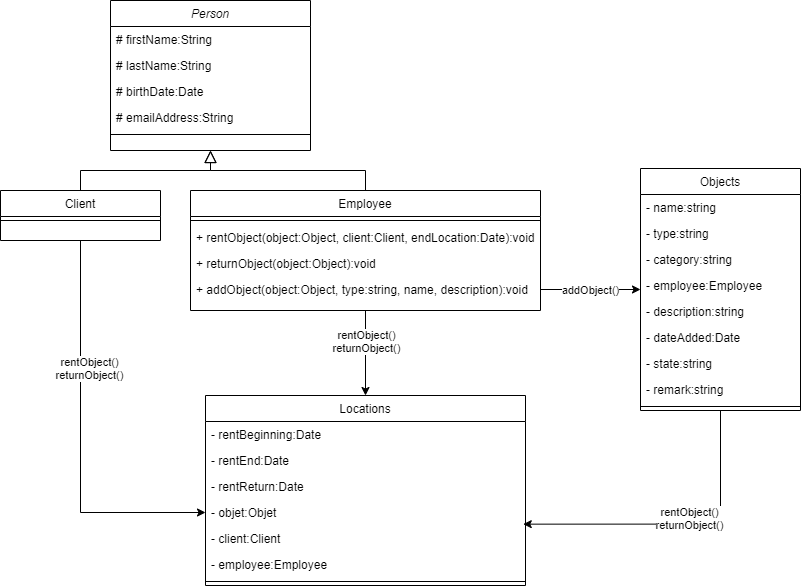
Earlier version of the draw.io export fichiersModifiables/Diagrammes/LocationMat_Class.png (AhVen98/gestionStocks_preTPI). Source tidied: cells renumbered, new cells last; positions are measured from the earlier drawing's top-left corner, leaving out a move shared by most shapes.
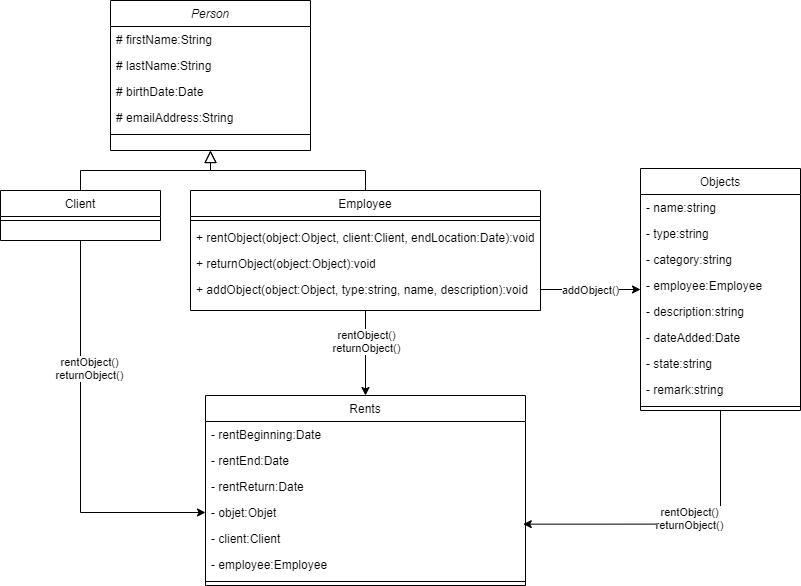
Later version of the same file.

Commit message:
correction erreur de traduction

The edit, as a diff of the source:
```diff
@@ -103,7 +103,7 @@
         <mxPoint x="10.3" y="1" as="offset" />
       </mxGeometry>
     </mxCell>
-    <mxCell id="33" value="Locations" style="swimlane;fontStyle=0;align=center;verticalAlign=top;horizontal=1;startSize=26;rounded=0;shadow=0;strokeWidth=1;" parent="1" vertex="1">
+    <mxCell id="33" value="Rents" style="swimlane;fontStyle=0;align=center;verticalAlign=top;horizontal=1;startSize=26;rounded=0;shadow=0;strokeWidth=1;" parent="1" vertex="1">
       <mxGeometry x="205" y="395" width="320" height="190" as="geometry" />
     </mxCell>
     <mxCell id="34" value="- rentBeginning:Date" style="text;align=left;verticalAlign=top;spacingLeft=4;spacingRight=4;overflow=hidden;rounded=0;shadow=0;html=0;" parent="33" vertex="1">
```
